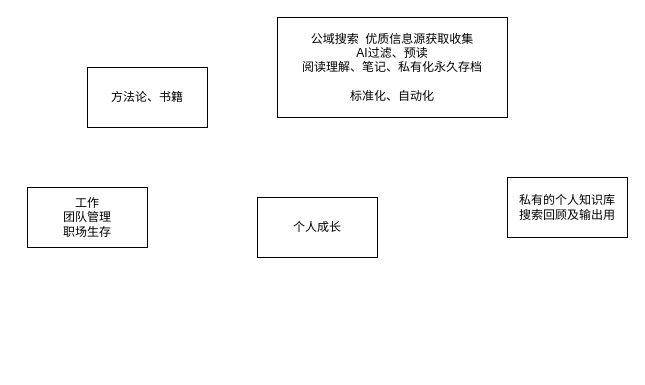
jingb/pythonRepo keeps this draw.io diagram as personalDev.drawio. Above is the earlier version. Source tidied: cells renumbered, new cells numbered last; positions are measured from the earlier drawing's top-left corner, leaving out a move shared by most shapes. Both pictures are drawn from the tidied source at 100%, with x=0, y=0 at pixel (27, 17).
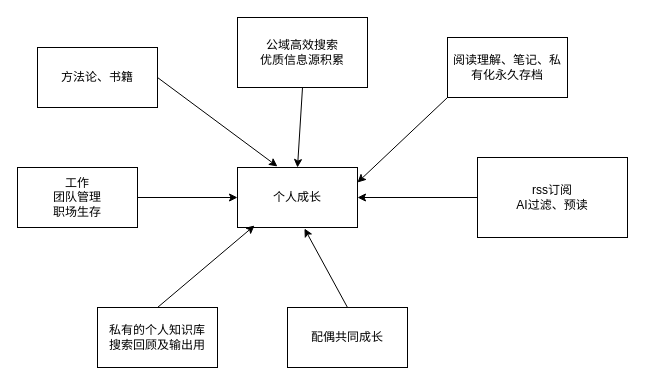
Above is the later version.

Change to the diagram source:
```diff
@@
 <mxGraphModel>
   <root>
     <mxCell id="0" />
     <mxCell id="1" parent="0" />
     <mxCell id="2" value="个人成长" style="rounded=0;whiteSpace=wrap;html=1;" parent="1" vertex="1">
-      <mxGeometry x="230" y="180" width="120" height="60" as="geometry" />
+      <mxGeometry x="210" y="150" width="120" height="60" as="geometry" />
     </mxCell>
     <mxCell id="3" value="方法论、书籍" style="rounded=0;whiteSpace=wrap;html=1;" parent="1" vertex="1">
-      <mxGeometry x="60" y="50" width="120" height="60" as="geometry" />
+      <mxGeometry x="10" y="30" width="120" height="60" as="geometry" />
     </mxCell>
+    <mxCell id="7" style="edgeStyle=none;rounded=0;jettySize=auto;html=1;exitX=0.5;exitY=1;exitDx=0;exitDy=0;entryX=0.5;entryY=0;entryDx=0;entryDy=0;" parent="1" edge="1" source="4" target="2">
+      <mxGeometry relative="1" as="geometry" />
+    </mxCell>
-    <mxCell id="4" value="公域搜索&amp;nbsp; 优质信息源获取收集&lt;br&gt;AI过滤、预读&lt;br&gt;阅读理解、笔记、私有化永久存档&lt;br&gt;&lt;br&gt;标准化、自动化" style="rounded=0;whiteSpace=wrap;html=1;" parent="1" vertex="1">
-      <mxGeometry x="250" width="230" height="100" as="geometry" />
+    <mxCell id="4" value="公域高效搜索&lt;br&gt;优质信息源积累" style="rounded=0;whiteSpace=wrap;html=1;" parent="1" vertex="1">
+      <mxGeometry x="210" width="130" height="70" as="geometry" />
     </mxCell>
     <mxCell id="5" value="私有的个人知识库&lt;br&gt;搜索回顾及输出用" style="rounded=0;whiteSpace=wrap;html=1;" parent="1" vertex="1">
-      <mxGeometry x="480" y="160" width="120" height="60" as="geometry" />
+      <mxGeometry x="70" y="290" width="120" height="60" as="geometry" />
     </mxCell>
+    <mxCell id="8" style="edgeStyle=none;rounded=0;jettySize=auto;html=1;exitX=1;exitY=0.5;exitDx=0;exitDy=0;" parent="1" edge="1" source="6" target="2">
+      <mxGeometry relative="1" as="geometry" />
+    </mxCell>
     <mxCell id="6" value="工作&lt;br&gt;团队管理&lt;br&gt;职场生存" style="rounded=0;whiteSpace=wrap;html=1;" parent="1" vertex="1">
-      <mxGeometry y="170" width="120" height="60" as="geometry" />
+      <mxGeometry x="-10" y="150" width="120" height="60" as="geometry" />
     </mxCell>
+    <mxCell id="9" style="rounded=0;jettySize=auto;html=1;exitX=0;exitY=0.5;exitDx=0;exitDy=0;entryX=1;entryY=0.5;entryDx=0;entryDy=0;" parent="1" edge="1" source="10" target="2">
+      <mxGeometry relative="1" as="geometry" />
+    </mxCell>
+    <mxCell id="10" value="rss订阅&lt;br&gt;AI过滤、预读" style="rounded=0;whiteSpace=wrap;html=1;" parent="1" vertex="1">
+      <mxGeometry x="450" y="140" width="150" height="80" as="geometry" />
+    </mxCell>
+    <mxCell id="11" style="rounded=0;jettySize=auto;html=1;exitX=0;exitY=1;exitDx=0;exitDy=0;entryX=1;entryY=0.25;entryDx=0;entryDy=0;" parent="1" edge="1" source="12" target="2">
+      <mxGeometry relative="1" as="geometry" />
+    </mxCell>
+    <mxCell id="12" value="阅读理解、笔记、私有化永久存档" style="rounded=0;whiteSpace=wrap;html=1;" parent="1" vertex="1">
+      <mxGeometry x="420" y="20" width="120" height="60" as="geometry" />
+    </mxCell>
+    <mxCell id="13" style="edgeStyle=none;rounded=0;jettySize=auto;html=1;exitX=1;exitY=0.5;exitDx=0;exitDy=0;entryX=0.333;entryY=-0.017;entryDx=0;entryDy=0;entryPerimeter=0;" parent="1" edge="1" source="3" target="2">
+      <mxGeometry relative="1" as="geometry" />
+    </mxCell>
+    <mxCell id="14" style="edgeStyle=none;rounded=0;jettySize=auto;html=1;exitX=0.5;exitY=0;exitDx=0;exitDy=0;entryX=0.142;entryY=0.967;entryDx=0;entryDy=0;entryPerimeter=0;" parent="1" edge="1" source="5" target="2">
+      <mxGeometry relative="1" as="geometry" />
+    </mxCell>
+    <mxCell id="15" value="配偶共同成长" style="rounded=0;whiteSpace=wrap;html=1;" parent="1" vertex="1">
+      <mxGeometry x="260" y="290" width="120" height="60" as="geometry" />
+    </mxCell>
+    <mxCell id="16" style="edgeStyle=none;rounded=0;jettySize=auto;html=1;exitX=0.5;exitY=0;exitDx=0;exitDy=0;entryX=0.558;entryY=1.017;entryDx=0;entryDy=0;entryPerimeter=0;" parent="1" edge="1" source="15" target="2">
+      <mxGeometry relative="1" as="geometry" />
+    </mxCell>
   </root>
 </mxGraphModel>
```
